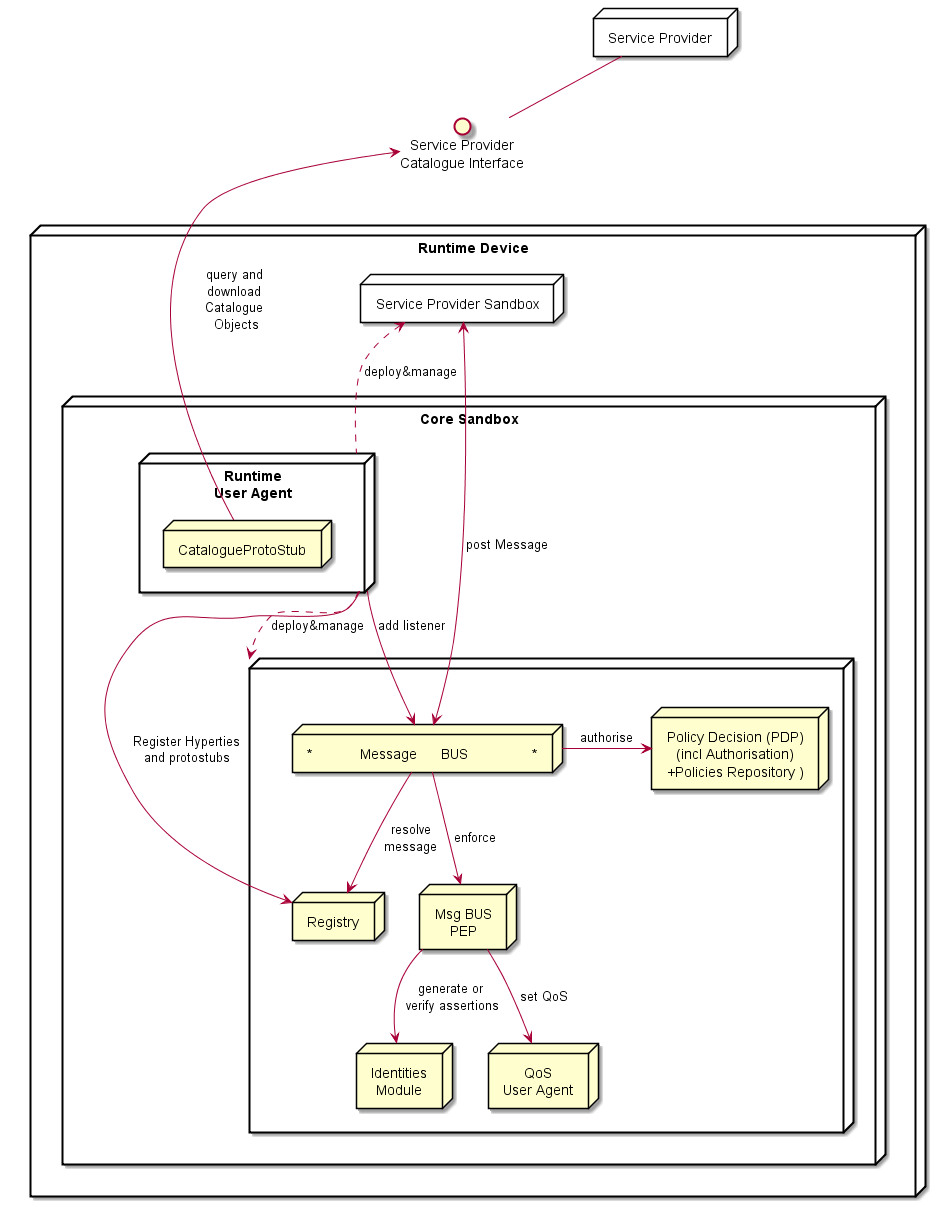
This is docs/specs/runtime/Core_Runtime.png from reTHINK-project/core-framework, a PlantUML export, as it was before one commit. Source of this version:
```plantuml
@startuml "Core_Runtime.png"

node "Service Provider" as SP {
}

() "Service Provider\nCatalogue Interface" as CatI



node "Runtime Device" as rt {

node "Service Provider Sandbox" as SPSand {

}

node "Core Sandbox" as core {

node "" as core1 {
 node "*            Message      BUS                *" as Bus

 node "Msg BUS\nPEP" as BusPEP

 node "Registry" as Reg

 node "Identities\nModule" as ID

 node "Policy Decision (PDP)\n(incl Authorisation)\n+Policies Repository )" as PDP

 node "QoS\nUser Agent" as QoS

}

 node "Runtime\nUser Agent" as RunUA {
	node "CatalogueProtoStub" as RepUA
 }

 RunUA -> Reg : Register Hyperties\nand protostubs
 }

 RunUA .> core1 : deploy&manage

 BusPEP <-up- Bus : enforce

 PDP <-left- Bus : authorise

 BusPEP -down-> QoS : set QoS

 BusPEP -down-> ID : generate or\n verify assertions

 Reg <-up- Bus: resolve\nmessage

 RunUA -> Bus : add listener

 RunUA .up-> SPSand : deploy&manage

 SPSand <-> Bus : post Message

 	}

RepUA -up-> CatI : query and\n download \nCatalogue\n Objects

rt -[hidden]up- SP

SPSand -[hidden]up- CatI

CatI -up- SP


@enduml
```
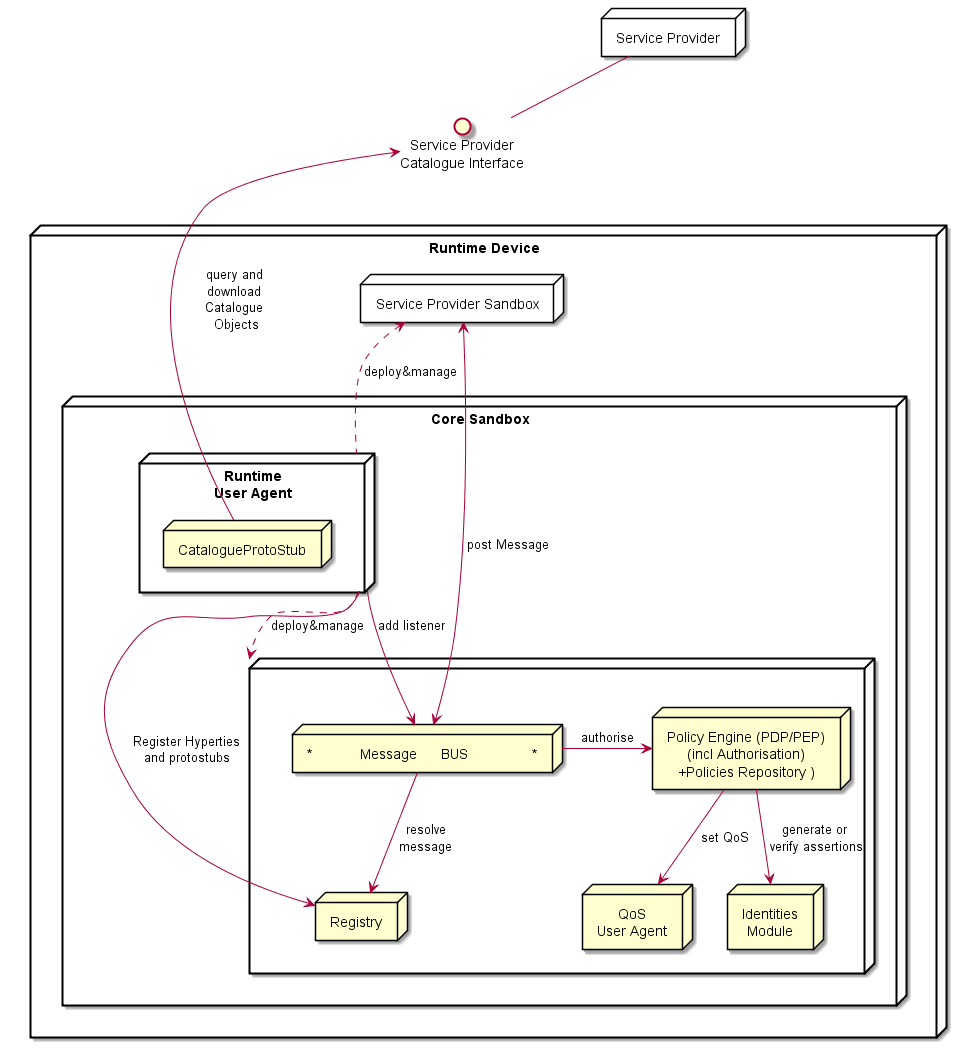
After the commit.

Diff of the diagram source:
```diff
@@ -18,13 +18,12 @@
 node "" as core1 {
  node "*            Message      BUS                *" as Bus
 
- node "Msg BUS\nPEP" as BusPEP
 
  node "Registry" as Reg
 
  node "Identities\nModule" as ID
 
- node "Policy Decision (PDP)\n(incl Authorisation)\n+Policies Repository )" as PDP
+ node "Policy Engine (PDP/PEP)\n(incl Authorisation)\n+Policies Repository )" as PDP
 
  node "QoS\nUser Agent" as QoS
 
@@ -39,13 +38,11 @@
 
  RunUA .> core1 : deploy&manage
 
- BusPEP <-up- Bus : enforce
-
  PDP <-left- Bus : authorise
 
- BusPEP -down-> QoS : set QoS
+ PDP -down-> QoS : set QoS
 
- BusPEP -down-> ID : generate or\n verify assertions
+ PDP -down-> ID : generate or\n verify assertions
 
  Reg <-up- Bus: resolve\nmessage
 
```
